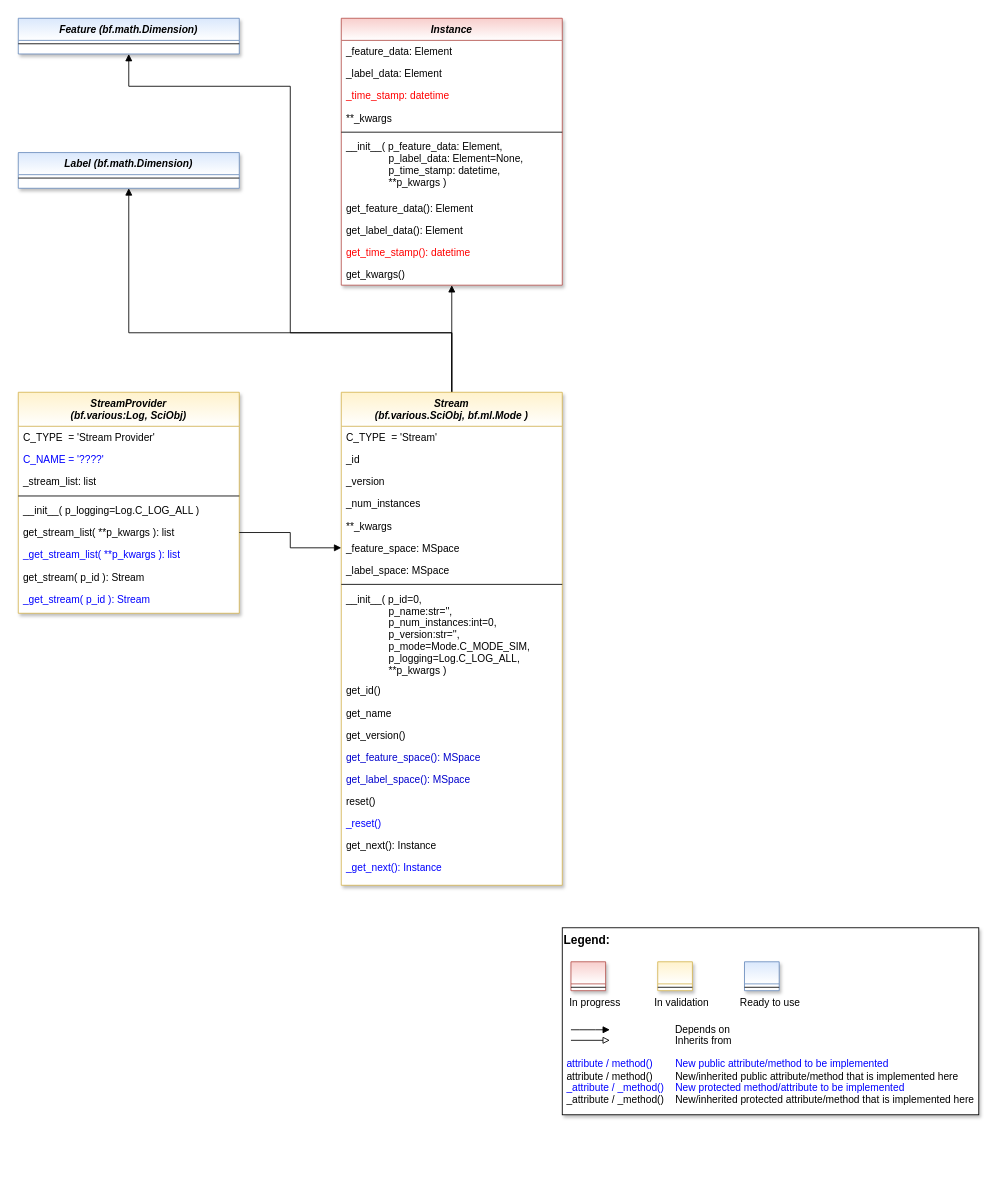
The draw.io diagram doc/rtd/content/append2/core/images/oa/MLPro-OA-Streams_class_diagram.drawio in fhswf/MLPro, before the edit. Source tidied: cells renumbered, new cells numbered last; positions are measured from the earlier drawing's top-left corner, leaving out a move shared by most shapes. Both pictures are drawn from the tidied source at 85%, with x=0, y=0 at pixel (18, 18).
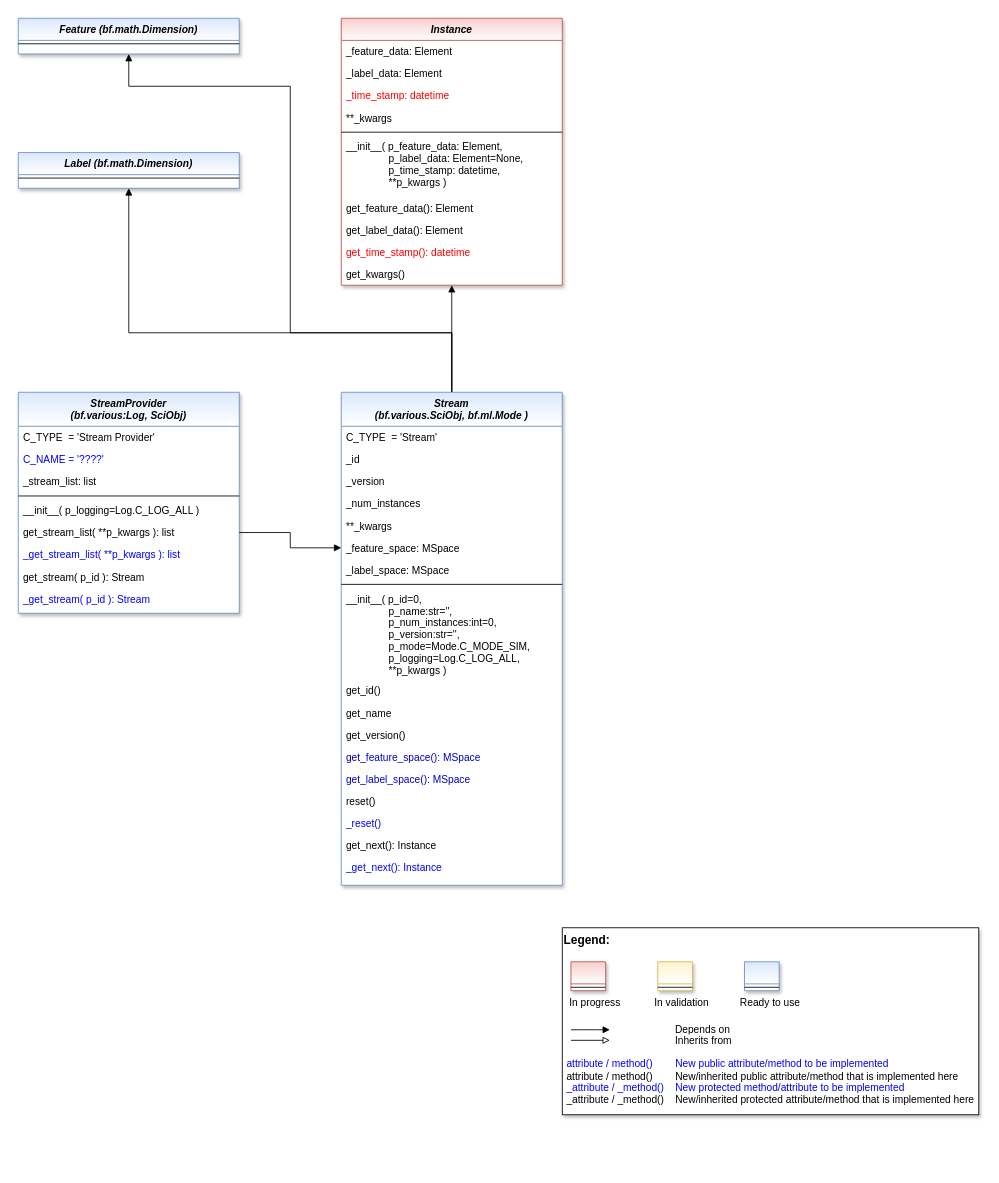
After the change.

Commit message (it also covers changes not shown here):
MLPro-OA: Changes on class diagrams

Change to the diagram source:
```diff
@@
-    <mxCell id="15" value="Stream &#10;(bf.various.SciObj, bf.ml.Mode )" style="swimlane;fontStyle=3;align=center;verticalAlign=top;horizontal=1;startSize=40;rounded=0;shadow=1;strokeWidth=1;fillColor=#fff2cc;strokeColor=#d6b656;swimlaneFillColor=#ffffff;gradientColor=#ffffff;" parent="1" vertex="1">
+    <mxCell id="15" value="Stream &#10;(bf.various.SciObj, bf.ml.Mode )" style="swimlane;fontStyle=3;align=center;verticalAlign=top;horizontal=1;startSize=40;rounded=0;shadow=1;strokeWidth=1;fillColor=#dae8fc;strokeColor=#6c8ebf;swimlaneFillColor=#ffffff;gradientColor=#ffffff;" parent="1" vertex="1">
       <mxGeometry x="380" y="440" width="260" height="580" as="geometry" />
     </mxCell>
@@
-    <mxCell id="47" value="StreamProvider &#10;(bf.various:Log, SciObj)" style="swimlane;fontStyle=3;align=center;verticalAlign=top;horizontal=1;startSize=40;rounded=0;shadow=1;strokeWidth=1;fillColor=#fff2cc;strokeColor=#d6b656;swimlaneFillColor=#ffffff;gradientColor=#ffffff;" parent="1" vertex="1">
+    <mxCell id="47" value="StreamProvider &#10;(bf.various:Log, SciObj)" style="swimlane;fontStyle=3;align=center;verticalAlign=top;horizontal=1;startSize=40;rounded=0;shadow=1;strokeWidth=1;fillColor=#dae8fc;strokeColor=#6c8ebf;swimlaneFillColor=#ffffff;gradientColor=#ffffff;" parent="1" vertex="1">
       <mxGeometry y="440" width="260" height="260" as="geometry" />
     </mxCell>
```
